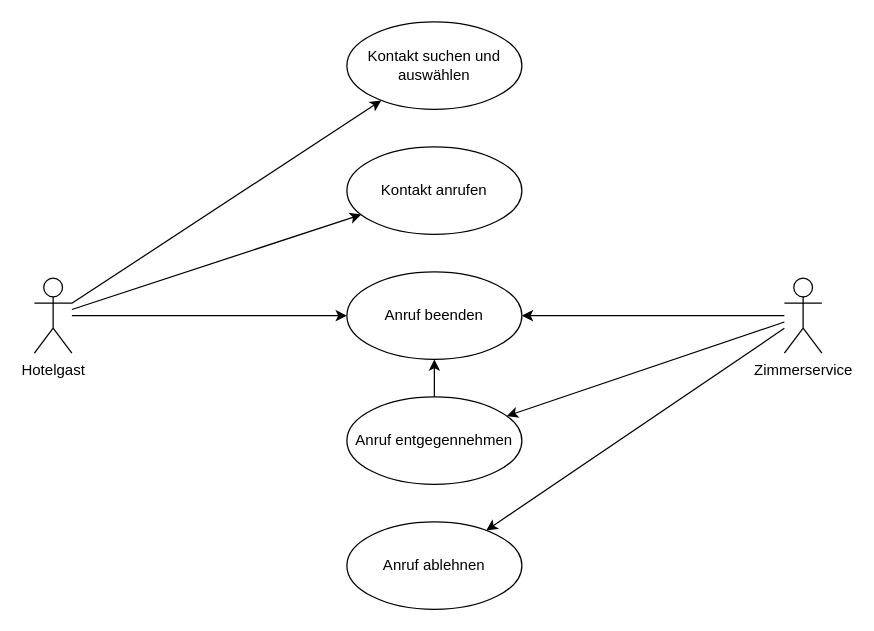
Earlier version of the draw.io diagram page "Zimmerservice" (4 of 4) of Semesterprojekt/assets/img/UML-Anwendungsfalldiagramme.drawio (WHS-SWT-P35-WiSe22-23/praktikum). Source tidied: cells renumbered, new cells numbered last; positions are measured from the earlier drawing's top-left corner, leaving out a move shared by most shapes. Both pictures are drawn from the tidied source at 125%, with x=0, y=0 at pixel (34, 21).
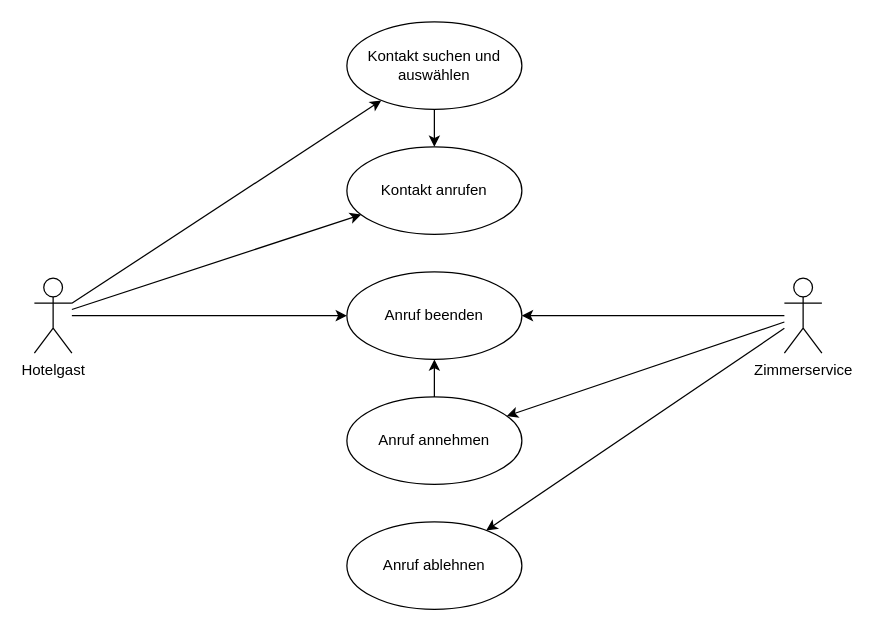
The same page after the edit.

Change to the diagram source:
```diff
@@
 <mxGraphModel>
   <root>
     <mxCell id="0" />
     <mxCell id="1" parent="0" />
     <mxCell id="2" style="edgeStyle=none;rounded=0;jettySize=auto;html=1;" parent="1" edge="1" source="5" target="9">
       <mxGeometry relative="1" as="geometry" />
     </mxCell>
     <mxCell id="3" style="edgeStyle=none;rounded=0;jettySize=auto;html=1;" parent="1" edge="1" source="5" target="10">
       <mxGeometry relative="1" as="geometry" />
     </mxCell>
     <mxCell id="4" style="edgeStyle=none;rounded=0;jettySize=auto;html=1;" parent="1" edge="1" source="5" target="11">
       <mxGeometry relative="1" as="geometry" />
     </mxCell>
     <mxCell id="5" value="Hotelgast" style="shape=umlActor;verticalLabelPosition=bottom;verticalAlign=top;html=1;" parent="1" vertex="1">
       <mxGeometry y="205" width="30" height="60" as="geometry" />
     </mxCell>
     <mxCell id="6" style="edgeStyle=none;rounded=0;jettySize=auto;html=1;" parent="1" edge="1" source="7" target="11">
       <mxGeometry relative="1" as="geometry" />
     </mxCell>
-    <mxCell id="7" value="Anruf entgegennehmen" style="ellipse;whiteSpace=wrap;html=1;" parent="1" vertex="1">
+    <mxCell id="7" value="Anruf annehmen" style="ellipse;whiteSpace=wrap;html=1;" parent="1" vertex="1">
       <mxGeometry x="250" y="300" width="140" height="70" as="geometry" />
     </mxCell>
     <mxCell id="8" value="Anruf ablehnen" style="ellipse;whiteSpace=wrap;html=1;" parent="1" vertex="1">
       <mxGeometry x="250" y="400" width="140" height="70" as="geometry" />
     </mxCell>
+    <mxCell id="16" style="edgeStyle=orthogonalEdgeStyle;rounded=0;jettySize=auto;html=1;" parent="1" edge="1" source="9" target="10">
+      <mxGeometry relative="1" as="geometry" />
+    </mxCell>
     <mxCell id="9" value="Kontakt suchen und auswählen" style="ellipse;whiteSpace=wrap;html=1;" parent="1" vertex="1">
       <mxGeometry x="250" width="140" height="70" as="geometry" />
     </mxCell>
     <mxCell id="10" value="Kontakt anrufen" style="ellipse;whiteSpace=wrap;html=1;" parent="1" vertex="1">
       <mxGeometry x="250" y="100" width="140" height="70" as="geometry" />
     </mxCell>
     <mxCell id="11" value="Anruf beenden" style="ellipse;whiteSpace=wrap;html=1;" parent="1" vertex="1">
       <mxGeometry x="250" y="200" width="140" height="70" as="geometry" />
     </mxCell>
     <mxCell id="12" style="edgeStyle=none;rounded=0;jettySize=auto;html=1;" parent="1" edge="1" source="15" target="8">
       <mxGeometry relative="1" as="geometry" />
     </mxCell>
     <mxCell id="13" style="edgeStyle=none;rounded=0;jettySize=auto;html=1;" parent="1" edge="1" source="15" target="7">
       <mxGeometry relative="1" as="geometry" />
     </mxCell>
     <mxCell id="14" style="edgeStyle=none;rounded=0;jettySize=auto;html=1;" parent="1" edge="1" source="15" target="11">
       <mxGeometry relative="1" as="geometry" />
     </mxCell>
     <mxCell id="15" value="Zimmerservice" style="shape=umlActor;verticalLabelPosition=bottom;verticalAlign=top;html=1;" parent="1" vertex="1">
       <mxGeometry x="600" y="205" width="30" height="60" as="geometry" />
     </mxCell>
   </root>
 </mxGraphModel>
```
